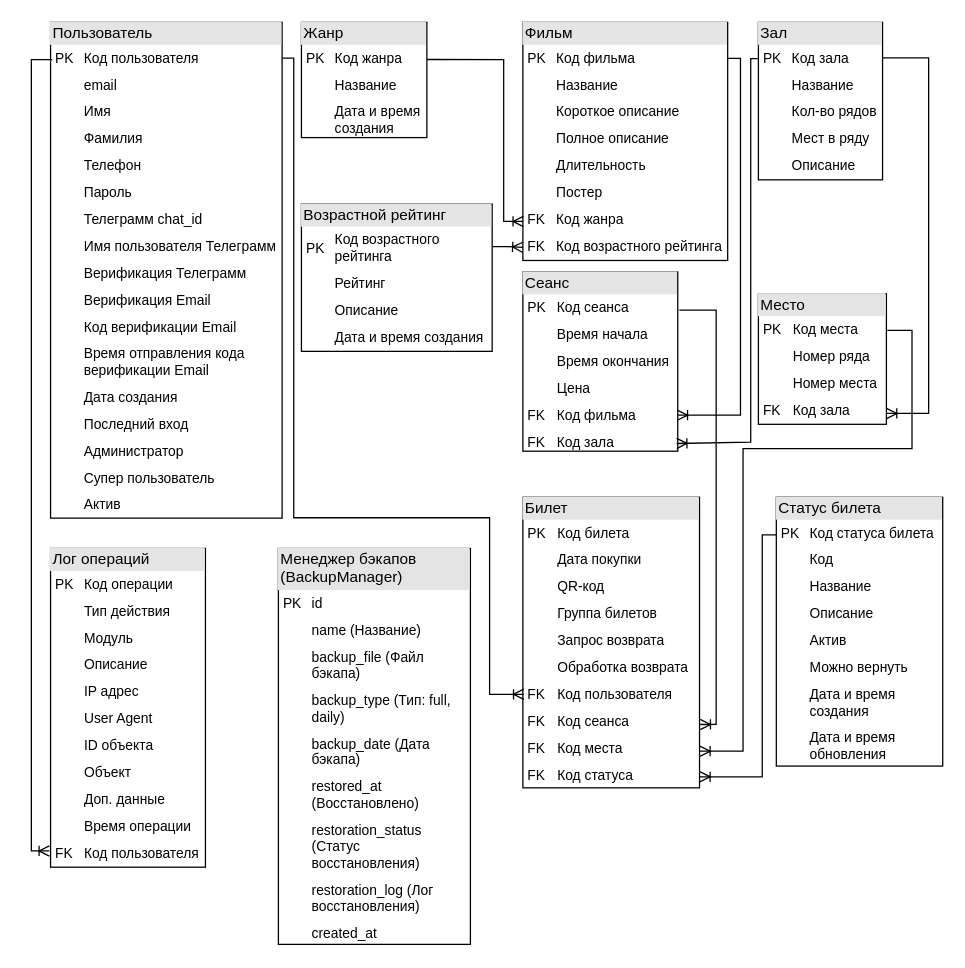
Above: БД/Датологическая модель БД.drawio in Klevchik1/cinema-management-system (draw.io), before the change. Source tidied: cells renumbered, new cells numbered last; positions are measured from the earlier drawing's top-left corner, leaving out a move shared by most shapes. Both pictures are drawn from the tidied source at 128%, with x=0, y=0 at pixel (31, 22).
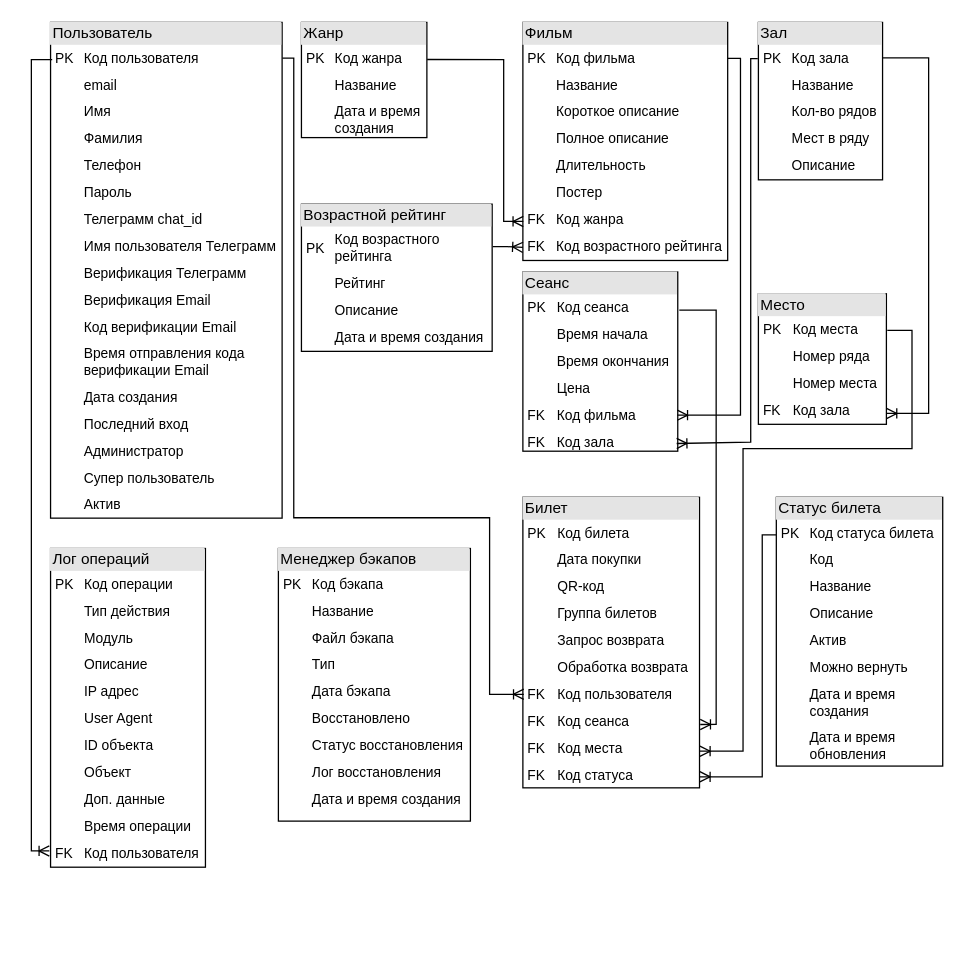
Above is the later version.

What changed in the source:
```diff
@@
-    <mxCell id="11" value="&lt;div style=&quot;box-sizing: border-box; width: 100%; background: rgb(228, 228, 228); padding: 2px;&quot;&gt;Менеджер бэкапов (BackupManager)&lt;/div&gt;&lt;table style=&quot;width:100%;font-size:0.9em;&quot; cellpadding=&quot;4&quot; cellspacing=&quot;0&quot;&gt;&lt;tbody&gt;&lt;tr&gt;&lt;td&gt;PK&lt;/td&gt;&lt;td&gt;id&lt;/td&gt;&lt;/tr&gt;&lt;tr&gt;&lt;td&gt;&lt;/td&gt;&lt;td&gt;name (Название)&lt;/td&gt;&lt;/tr&gt;&lt;tr&gt;&lt;td&gt;&lt;/td&gt;&lt;td&gt;backup_file (Файл бэкапа)&lt;/td&gt;&lt;/tr&gt;&lt;tr&gt;&lt;td&gt;&lt;/td&gt;&lt;td&gt;backup_type (Тип: full, daily)&lt;/td&gt;&lt;/tr&gt;&lt;tr&gt;&lt;td&gt;&lt;/td&gt;&lt;td&gt;backup_date (Дата бэкапа)&lt;/td&gt;&lt;/tr&gt;&lt;tr&gt;&lt;td&gt;&lt;/td&gt;&lt;td&gt;restored_at (Восстановлено)&lt;/td&gt;&lt;/tr&gt;&lt;tr&gt;&lt;td&gt;&lt;/td&gt;&lt;td&gt;restoration_status (Статус восстановления)&lt;/td&gt;&lt;/tr&gt;&lt;tr&gt;&lt;td&gt;&lt;/td&gt;&lt;td&gt;restoration_log (Лог восстановления)&lt;/td&gt;&lt;/tr&gt;&lt;tr&gt;&lt;td&gt;&lt;/td&gt;&lt;td&gt;created_at&lt;/td&gt;&lt;/tr&gt;&lt;/tbody&gt;&lt;/table&gt;" style="verticalAlign=top;align=left;overflow=fill;html=1;whiteSpace=wrap;" parent="1" vertex="1">
-      <mxGeometry x="193" y="411" width="150" height="309.3" as="geometry" />
-    </mxCell>
+    <mxCell id="23" value="&lt;div style=&quot;box-sizing: border-box; width: 100%; background: rgb(228, 228, 228); padding: 2px;&quot;&gt;Менеджер бэкапов&lt;/div&gt;&lt;table style=&quot;width:100%;font-size:0.9em;&quot; cellpadding=&quot;4&quot; cellspacing=&quot;0&quot;&gt;&lt;tbody&gt;&lt;tr&gt;&lt;td&gt;PK&lt;/td&gt;&lt;td&gt;Код бэкапа&lt;/td&gt;&lt;/tr&gt;&lt;tr&gt;&lt;td&gt;&lt;/td&gt;&lt;td&gt;Название&lt;/td&gt;&lt;/tr&gt;&lt;tr&gt;&lt;td&gt;&lt;/td&gt;&lt;td&gt;Файл бэкапа&lt;/td&gt;&lt;/tr&gt;&lt;tr&gt;&lt;td&gt;&lt;/td&gt;&lt;td&gt;Тип&lt;/td&gt;&lt;/tr&gt;&lt;tr&gt;&lt;td&gt;&lt;/td&gt;&lt;td&gt;Дата бэкапа&lt;/td&gt;&lt;/tr&gt;&lt;tr&gt;&lt;td&gt;&lt;/td&gt;&lt;td&gt;Восстановлено&lt;/td&gt;&lt;/tr&gt;&lt;tr&gt;&lt;td&gt;&lt;/td&gt;&lt;td&gt;Статус восстановления&lt;/td&gt;&lt;/tr&gt;&lt;tr&gt;&lt;td&gt;&lt;/td&gt;&lt;td&gt;Лог восстановления&lt;/td&gt;&lt;/tr&gt;&lt;tr&gt;&lt;td&gt;&lt;/td&gt;&lt;td&gt;Дата и время создания&lt;/td&gt;&lt;/tr&gt;&lt;/tbody&gt;&lt;/table&gt;" style="verticalAlign=top;align=left;overflow=fill;html=1;whiteSpace=wrap;" parent="1" vertex="1">
+      <mxGeometry x="193" y="411" width="150" height="213" as="geometry" />
+    </mxCell>
```
